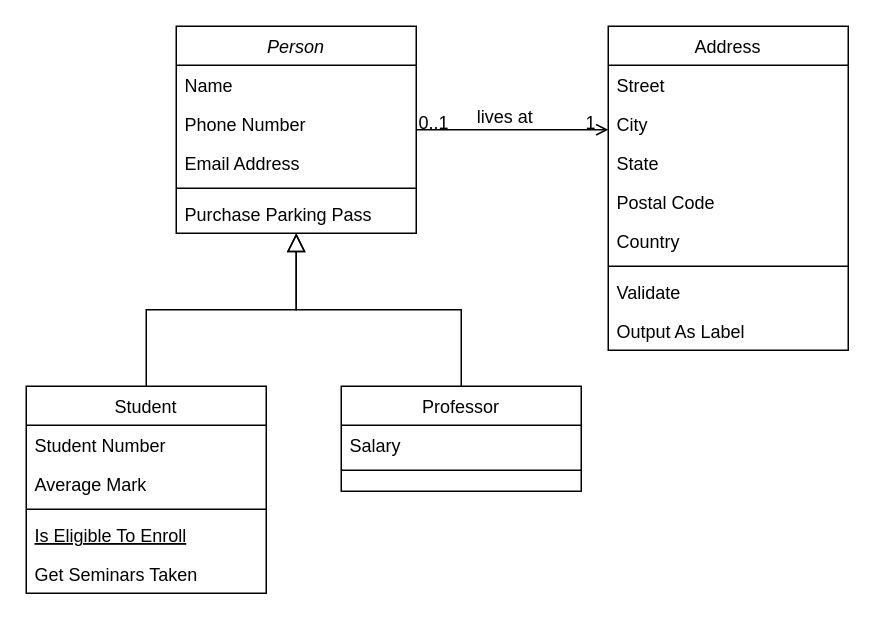
alexteepyo/DataStorage keeps this draw.io diagram as .vscode/FileEditorDiagram.drawio. Above is the earlier version. Source tidied: cells renumbered, new cells numbered last; positions are measured from the earlier drawing's top-left corner, leaving out a move shared by most shapes. Both pictures are drawn from the tidied source at 150%, with x=0, y=0 at pixel (26, 26).
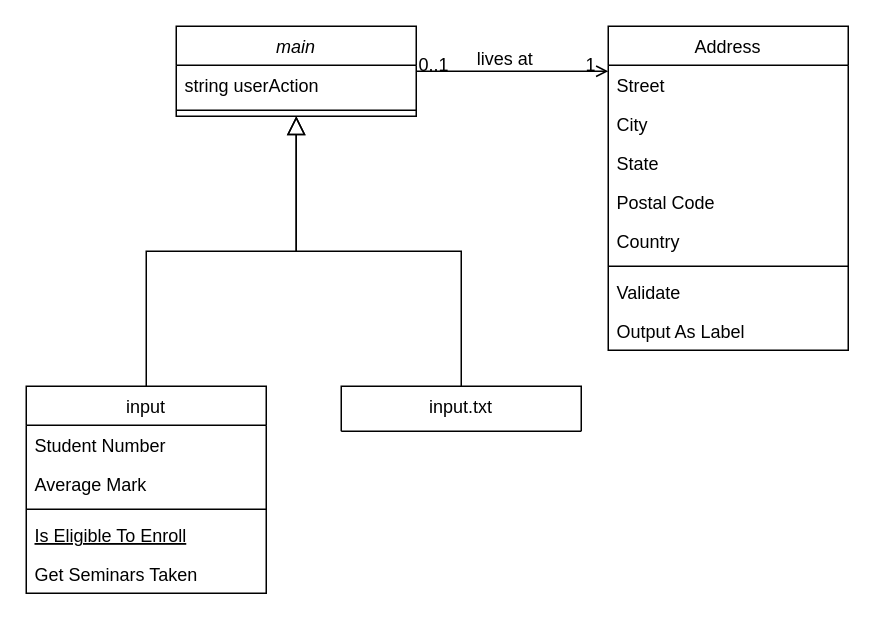
Above is the later version.

What changed in the source:
```diff
@@
-    <mxCell id="2" value="Person" style="swimlane;fontStyle=2;align=center;verticalAlign=top;horizontal=1;startSize=26;rounded=0;shadow=0;strokeWidth=1;" parent="1" vertex="1">
-      <mxGeometry x="100" width="160" height="138" as="geometry" />
+    <mxCell id="2" value="main" style="swimlane;fontStyle=2;align=center;verticalAlign=top;horizontal=1;startSize=26;rounded=0;shadow=0;strokeWidth=1;" parent="1" vertex="1">
+      <mxGeometry x="100" width="160" height="60" as="geometry" />
     </mxCell>
-    <mxCell id="3" value="Name" style="text;align=left;verticalAlign=top;spacingLeft=4;spacingRight=4;overflow=hidden;" parent="2" vertex="1">
+    <mxCell id="3" value="string userAction" style="text;align=left;verticalAlign=top;spacingLeft=4;spacingRight=4;overflow=hidden;" parent="2" vertex="1">
       <mxGeometry y="26" width="160" height="26" as="geometry" />
     </mxCell>
-    <mxCell id="4" value="Phone Number" style="text;align=left;verticalAlign=top;spacingLeft=4;spacingRight=4;overflow=hidden;rounded=0;shadow=0;html=0;" parent="2" vertex="1">
-      <mxGeometry y="52" width="160" height="26" as="geometry" />
-    </mxCell>
-    <mxCell id="5" value="Email Address" style="text;align=left;verticalAlign=top;spacingLeft=4;spacingRight=4;overflow=hidden;rounded=0;shadow=0;html=0;" parent="2" vertex="1">
-      <mxGeometry y="78" width="160" height="26" as="geometry" />
-    </mxCell>
     <mxCell id="6" style="line;html=1;strokeWidth=1;align=left;verticalAlign=middle;spacingTop=-1;spacingLeft=3;spacingRight=3;labelPosition=right;" parent="2" vertex="1">
-      <mxGeometry y="104" width="160" height="8" as="geometry" />
+      <mxGeometry y="52" width="160" height="8" as="geometry" />
     </mxCell>
-    <mxCell id="7" value="Purchase Parking Pass" style="text;align=left;verticalAlign=top;spacingLeft=4;spacingRight=4;overflow=hidden;" parent="2" vertex="1">
-      <mxGeometry y="112" width="160" height="26" as="geometry" />
-    </mxCell>
-    <mxCell id="8" value="Student" style="swimlane;fontStyle=0;align=center;verticalAlign=top;horizontal=1;startSize=26;rounded=0;shadow=0;strokeWidth=1;" parent="1" vertex="1">
+    <mxCell id="8" value="input" style="swimlane;fontStyle=0;align=center;verticalAlign=top;horizontal=1;startSize=26;rounded=0;shadow=0;strokeWidth=1;" parent="1" vertex="1">
       <mxGeometry y="240" width="160" height="138" as="geometry" />
     </mxCell>
@@
-    <mxCell id="15" value="Professor" style="swimlane;fontStyle=0;align=center;verticalAlign=top;horizontal=1;startSize=26;rounded=0;shadow=0;strokeWidth=1;" parent="1" vertex="1">
-      <mxGeometry x="210" y="240" width="160" height="70" as="geometry" />
+    <mxCell id="15" value="input.txt" style="swimlane;fontStyle=0;align=center;verticalAlign=top;horizontal=1;startSize=70;rounded=0;shadow=0;strokeWidth=1;" parent="1" vertex="1">
+      <mxGeometry x="210" y="240" width="160" height="30" as="geometry" />
     </mxCell>
-    <mxCell id="16" value="Salary" style="text;align=left;verticalAlign=top;spacingLeft=4;spacingRight=4;overflow=hidden;" parent="15" vertex="1">
-      <mxGeometry y="26" width="160" height="26" as="geometry" />
-    </mxCell>
-    <mxCell id="17" style="line;html=1;strokeWidth=1;align=left;verticalAlign=middle;spacingTop=-1;spacingLeft=3;spacingRight=3;labelPosition=right;" parent="15" vertex="1">
-      <mxGeometry y="52" width="160" height="8" as="geometry" />
-    </mxCell>
```
